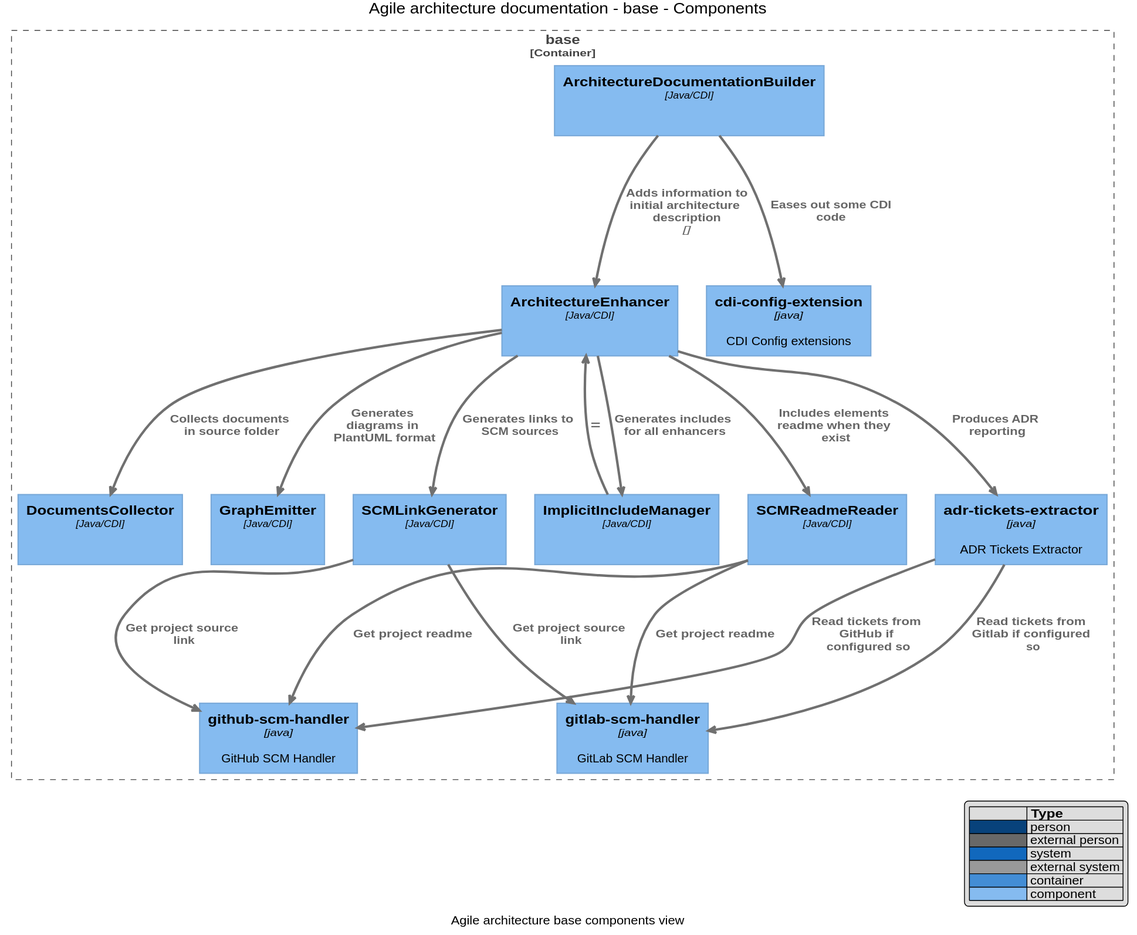
The PlantUML diagram images/agile.architecture.base.components.svg in mmacphail/agile-architecture-documentation-system, before a commit.
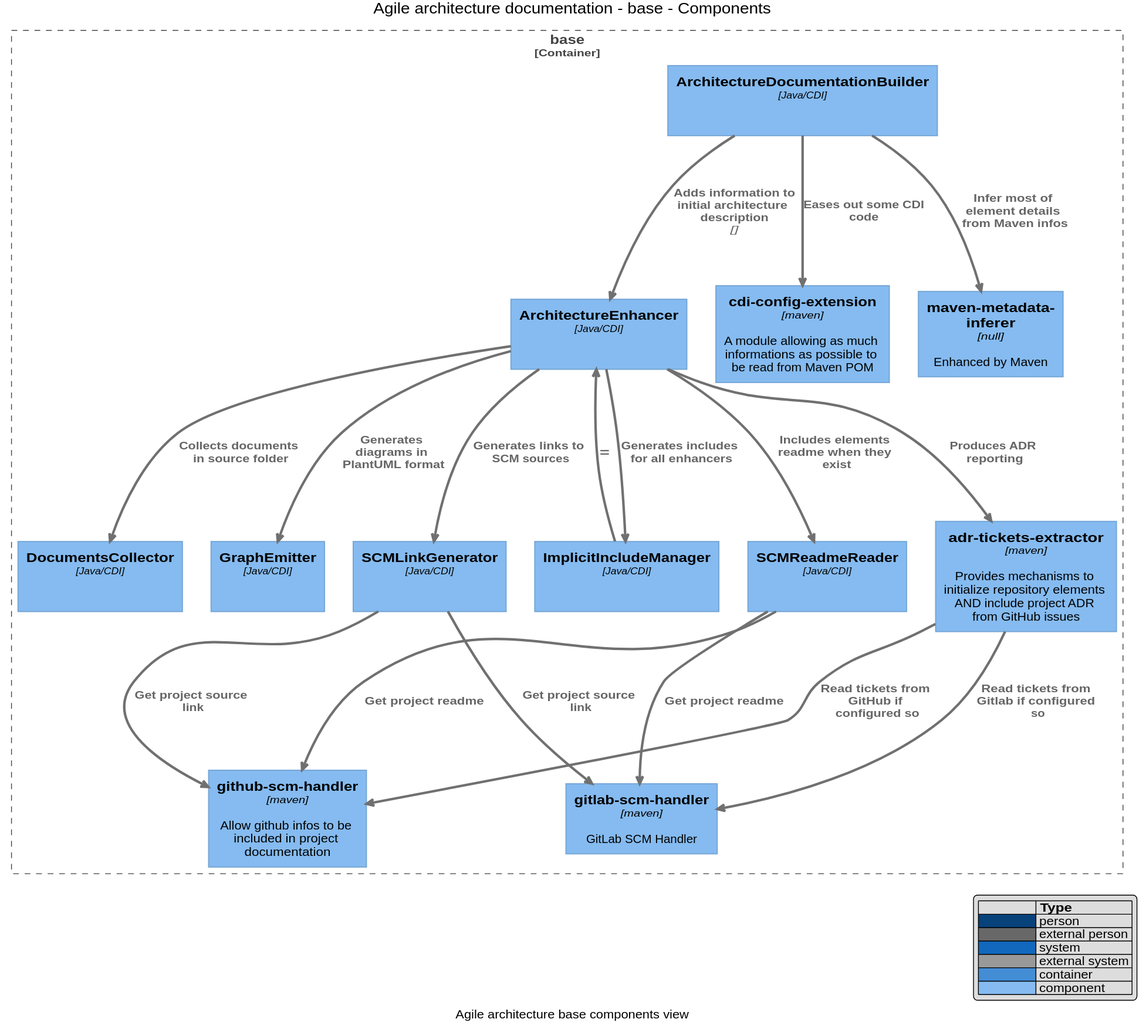
After the change.

Diff of the diagram source:
```diff
@@ -915,31 +915,33 @@
   svgLinkTarget _parent
 }
 rectangle "==base\n<size:12>[Container]</size>" <<boundary>> as 10_boundary {
-  rectangle "==ArchitectureDocumentationBuilder\n//<size:12>[Java/CDI]</size>//\n\n " <<component>> as 11
-  rectangle "==ArchitectureEnhancer\n//<size:12>[Java/CDI]</size>//\n\n " <<component>> as 15
-  rectangle "==DocumentsCollector\n//<size:12>[Java/CDI]</size>//\n\n " <<component>> as 13
-  rectangle "==GraphEmitter\n//<size:12>[Java/CDI]</size>//\n\n " <<component>> as 12
-  rectangle "==ImplicitIncludeManager\n//<size:12>[Java/CDI]</size>//\n\n " <<component>> as 14
-  rectangle "==SCMLinkGenerator\n//<size:12>[Java/CDI]</size>//\n\n " <<component>> as 16
-  rectangle "==SCMReadmeReader\n//<size:12>[Java/CDI]</size>//\n\n " <<component>> as 17
-  rectangle "==adr-tickets-extractor\n//<size:12>[java]</size>//\n\n ADR Tickets Extractor" <<component>> as 32
-  rectangle "==cdi-config-extension\n//<size:12>[java]</size>//\n\n CDI Config extensions" <<component>> as 36
-  rectangle "==github-scm-handler\n//<size:12>[java]</size>//\n\n GitHub SCM Handler" <<component>> as 26
-  rectangle "==gitlab-scm-handler\n//<size:12>[java]</size>//\n\n GitLab SCM Handler" <<component>> as 29
-}
-11 -DOWN-> 15 : "===Adds information to initial architecture description\n//<size:12>[]</size>//"
-11 -DOWN-> 36 : "===Eases out some CDI code"
-15 -DOWN-> 13 : "===Collects documents in source folder"
-15 -DOWN-> 12 : "===Generates diagrams in PlantUML format"
-15 -DOWN-> 14 : "===Generates includes for all enhancers"
-15 -DOWN-> 16 : "===Generates links to SCM sources"
-15 -DOWN-> 17 : "===Includes elements readme when they exist"
-15 -DOWN-> 32 : "===Produces ADR reporting"
-14 -DOWN-> 15 : "==="
-16 -DOWN-> 26 : "===Get project source link"
-16 -DOWN-> 29 : "===Get project source link"
-17 -DOWN-> 26 : "===Get project readme"
-17 -DOWN-> 29 : "===Get project readme"
+  rectangle "==ArchitectureDocumentationBuilder\n//<size:12>[Java/CDI]</size>//\n\n " <<component>> as 13
+  rectangle "==ArchitectureEnhancer\n//<size:12>[Java/CDI]</size>//\n\n " <<component>> as 17
+  rectangle "==DocumentsCollector\n//<size:12>[Java/CDI]</size>//\n\n " <<component>> as 14
+  rectangle "==GraphEmitter\n//<size:12>[Java/CDI]</size>//\n\n " <<component>> as 15
+  rectangle "==ImplicitIncludeManager\n//<size:12>[Java/CDI]</size>//\n\n " <<component>> as 12
+  rectangle "==SCMLinkGenerator\n//<size:12>[Java/CDI]</size>//\n\n " <<component>> as 11
+  rectangle "==SCMReadmeReader\n//<size:12>[Java/CDI]</size>//\n\n " <<component>> as 16
+  rectangle "==adr-tickets-extractor\n//<size:12>[maven]</size>//\n\n Provides mechanisms to initialize repository elements AND include project ADR from GitHub issues" <<component>> as 32
+  rectangle "==cdi-config-extension\n//<size:12>[maven]</size>//\n\n A module allowing as much informations as possible to be read from Maven POM" <<component>> as 36
+  rectangle "==github-scm-handler\n//<size:12>[maven]</size>//\n\n Allow github infos to be included in project documentation" <<component>> as 26
+  rectangle "==gitlab-scm-handler\n//<size:12>[maven]</size>//\n\n GitLab SCM Handler" <<component>> as 29
+  rectangle "==maven-metadata-inferer\n//<size:12>[null]</size>//\n\n Enhanced by Maven" <<component>> as 38
+}
+13 -DOWN-> 17 : "===Adds information to initial architecture description\n//<size:12>[]</size>//"
+13 -DOWN-> 36 : "===Eases out some CDI code"
+13 -DOWN-> 38 : "===Infer most of element details from Maven infos"
+17 -DOWN-> 14 : "===Collects documents in source folder"
+17 -DOWN-> 15 : "===Generates diagrams in PlantUML format"
+17 -DOWN-> 12 : "===Generates includes for all enhancers"
+17 -DOWN-> 11 : "===Generates links to SCM sources"
+17 -DOWN-> 16 : "===Includes elements readme when they exist"
+17 -DOWN-> 32 : "===Produces ADR reporting"
+12 -DOWN-> 17 : "==="
+11 -DOWN-> 26 : "===Get project source link"
+11 -DOWN-> 29 : "===Get project source link"
+16 -DOWN-> 26 : "===Get project readme"
+16 -DOWN-> 29 : "===Get project readme"
 32 -DOWN-> 26 : "===Read tickets from GitHub if configured so"
 32 -DOWN-> 29 : "===Read tickets from Gitlab if configured so"
 @enduml
```
